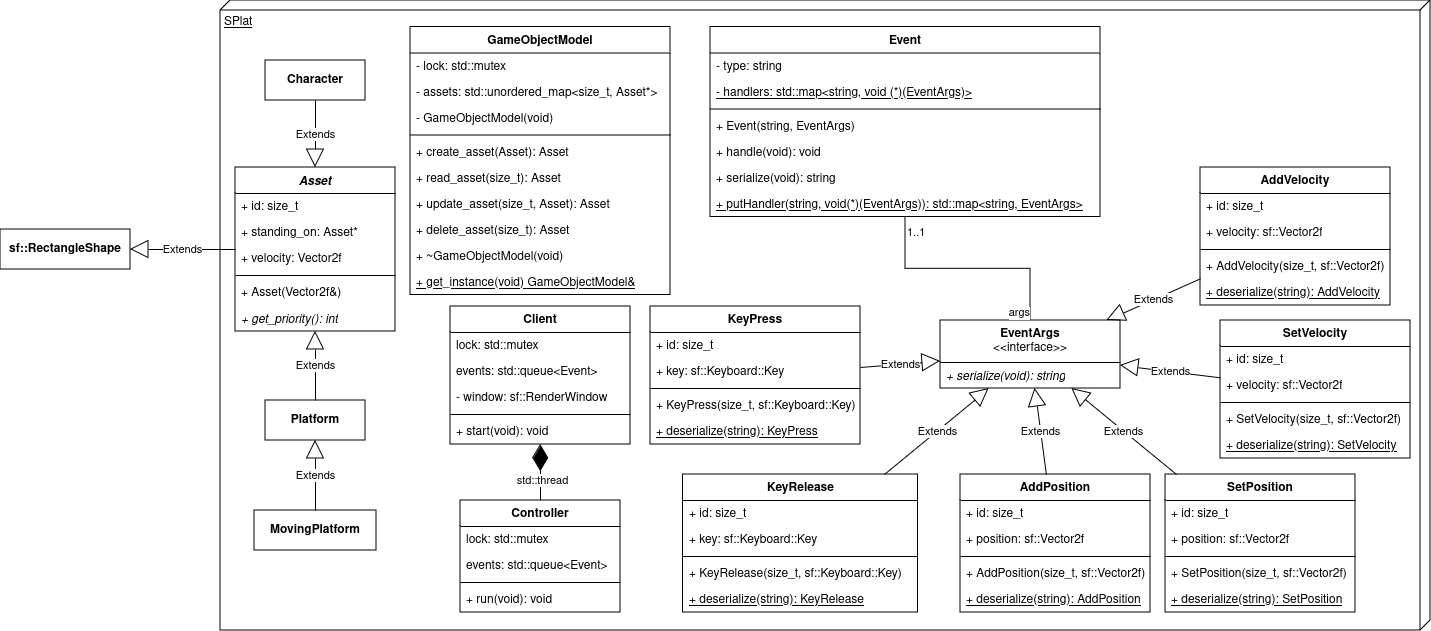
This is uml/splat_i1_initial.png from mwhicks-dev/SPlat, a draw.io export, as it was before one commit. Source tidied: cells renumbered, new cells last; positions are measured from the earlier drawing's top-left corner, leaving out a move shared by most shapes.
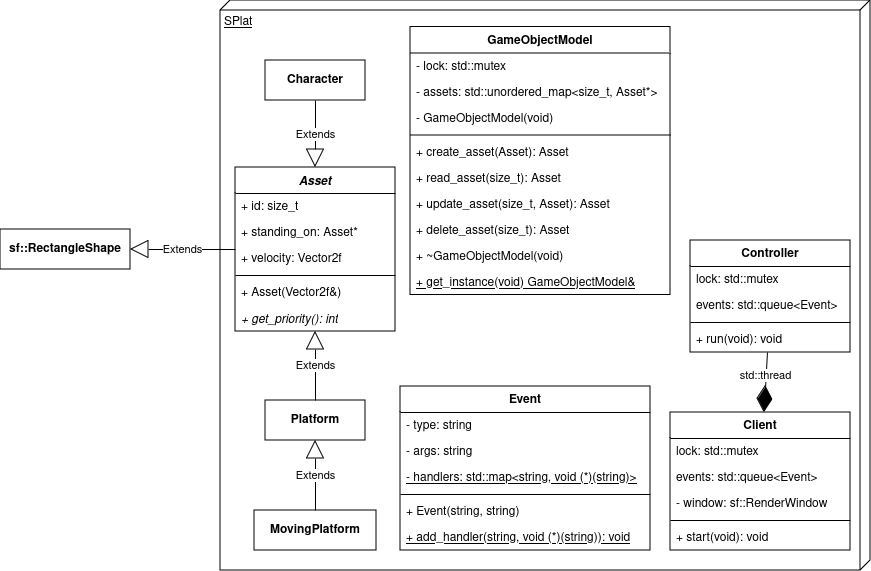
After the change.

Commit message:
Simplified Event design + cereal compatibility

Change to the diagram source:
```diff
@@ -3,7 +3,7 @@
     <mxCell id="0" />
     <mxCell id="1" parent="0" />
     <mxCell id="2" value="SPlat" style="verticalAlign=top;align=left;spacingTop=8;spacingLeft=2;spacingRight=12;shape=cube;size=10;direction=south;fontStyle=4;html=1;whiteSpace=wrap;" parent="1" vertex="1">
-      <mxGeometry x="220" width="1210" height="630" as="geometry" />
+      <mxGeometry x="220" width="650" height="570" as="geometry" />
     </mxCell>
     <mxCell id="3" value="&lt;b&gt;sf::RectangleShape&lt;/b&gt;" style="rounded=0;whiteSpace=wrap;html=1;" parent="1" vertex="1">
       <mxGeometry y="229" width="130" height="40" as="geometry" />
@@ -84,7 +84,7 @@
       <mxGeometry y="242" width="260" height="26" as="geometry" />
     </mxCell>
     <mxCell id="29" value="Client" style="swimlane;fontStyle=1;align=center;verticalAlign=top;horizontal=1;startSize=26;whiteSpace=wrap;html=1;" parent="1" vertex="1">
-      <mxGeometry x="450" y="306" width="180" height="138" as="geometry" />
+      <mxGeometry x="670" y="412" width="180" height="138" as="geometry" />
     </mxCell>
     <mxCell id="30" value="lock: std::mutex" style="text;strokeColor=none;fillColor=none;align=left;verticalAlign=top;spacingLeft=4;spacingRight=4;overflow=hidden;whiteSpace=wrap;html=1;" parent="29" vertex="1">
       <mxGeometry y="26" width="180" height="26" as="geometry" />
@@ -102,7 +102,7 @@
       <mxGeometry y="112" width="180" height="26" as="geometry" />
     </mxCell>
     <mxCell id="35" value="Controller" style="swimlane;fontStyle=1;align=center;verticalAlign=top;horizontal=1;startSize=26;whiteSpace=wrap;html=1;" parent="1" vertex="1">
-      <mxGeometry x="460" y="500" width="160" height="112" as="geometry" />
+      <mxGeometry x="690" y="240" width="160" height="112" as="geometry" />
     </mxCell>
     <mxCell id="36" value="lock: std::mutex" style="text;strokeColor=none;fillColor=none;align=left;verticalAlign=top;spacingLeft=4;spacingRight=4;overflow=hidden;whiteSpace=wrap;html=1;" parent="35" vertex="1">
       <mxGeometry y="26" width="160" height="26" as="geometry" />
@@ -123,171 +123,25 @@
       <mxGeometry x="-0.24" y="-1" relative="1" as="geometry" />
     </mxCell>
     <mxCell id="42" value="Event" style="swimlane;fontStyle=1;align=center;verticalAlign=top;horizontal=1;startSize=26;whiteSpace=wrap;html=1;" parent="1" vertex="1">
-      <mxGeometry x="710" y="26.5" width="390" height="190" as="geometry" />
+      <mxGeometry x="400" y="386" width="250" height="164" as="geometry" />
     </mxCell>
     <mxCell id="43" value="- type: string" style="text;strokeColor=none;fillColor=none;align=left;verticalAlign=top;spacingLeft=4;spacingRight=4;overflow=hidden;whiteSpace=wrap;html=1;" parent="42" vertex="1">
-      <mxGeometry y="26" width="390" height="26" as="geometry" />
+      <mxGeometry y="26" width="250" height="26" as="geometry" />
     </mxCell>
-    <mxCell id="44" value="&lt;u&gt;- handlers: std::map&amp;lt;string, void (*)(EventArgs)&amp;gt;&lt;/u&gt;" style="text;strokeColor=none;fillColor=none;align=left;verticalAlign=top;spacingLeft=4;spacingRight=4;overflow=hidden;whiteSpace=wrap;html=1;" parent="42" vertex="1">
-      <mxGeometry y="52" width="390" height="26" as="geometry" />
-    </mxCell>
-    <mxCell id="45" style="line;strokeWidth=1;fillColor=none;align=left;verticalAlign=middle;spacingTop=-1;spacingLeft=3;spacingRight=3;labelPosition=right;strokeColor=inherit;" parent="42" vertex="1">
-      <mxGeometry y="78" width="390" height="8" as="geometry" />
-    </mxCell>
-    <mxCell id="46" value="+ Event(string, EventArgs)" style="text;strokeColor=none;fillColor=none;align=left;verticalAlign=top;spacingLeft=4;spacingRight=4;overflow=hidden;whiteSpace=wrap;html=1;" parent="42" vertex="1">
-      <mxGeometry y="86" width="390" height="26" as="geometry" />
-    </mxCell>
-    <mxCell id="47" value="+ handle(void): void" style="text;strokeColor=none;fillColor=none;align=left;verticalAlign=top;spacingLeft=4;spacingRight=4;overflow=hidden;whiteSpace=wrap;html=1;" parent="42" vertex="1">
-      <mxGeometry y="112" width="390" height="26" as="geometry" />
-    </mxCell>
-    <mxCell id="48" value="+ serialize(void): string" style="text;strokeColor=none;fillColor=none;align=left;verticalAlign=top;spacingLeft=4;spacingRight=4;overflow=hidden;whiteSpace=wrap;html=1;" parent="42" vertex="1">
-      <mxGeometry y="138" width="390" height="26" as="geometry" />
-    </mxCell>
-    <mxCell id="49" value="&lt;u&gt;+ putHandler(string, void(*)(EventArgs)): std::map&amp;lt;string, EventArgs&amp;gt;&lt;/u&gt;" style="text;strokeColor=none;fillColor=none;align=left;verticalAlign=top;spacingLeft=4;spacingRight=4;overflow=hidden;whiteSpace=wrap;html=1;" parent="42" vertex="1">
-      <mxGeometry y="164" width="390" height="26" as="geometry" />
-    </mxCell>
-    <mxCell id="50" value="&lt;div&gt;&lt;b&gt;EventArgs&lt;/b&gt;&lt;/div&gt;&lt;div&gt;&amp;lt;&amp;lt;interface&amp;gt;&amp;gt;&lt;b&gt;&lt;br&gt;&lt;/b&gt;&lt;/div&gt;" style="swimlane;fontStyle=0;horizontal=1;startSize=42;fillColor=none;whiteSpace=wrap;html=1;" parent="1" vertex="1">
-      <mxGeometry x="940" y="320" width="180" height="68" as="geometry" />
-    </mxCell>
-    <mxCell id="51" value="+ serialize(void): string" style="text;strokeColor=none;fillColor=none;align=left;verticalAlign=top;spacingLeft=4;spacingRight=4;overflow=hidden;whiteSpace=wrap;html=1;fontStyle=2;" parent="50" vertex="1">
-      <mxGeometry y="42" width="180" height="26" as="geometry" />
-    </mxCell>
-    <mxCell id="52" style="endArrow=none;html=1;edgeStyle=orthogonalEdgeStyle;rounded=0;" parent="1" edge="1" source="42" target="50">
-      <mxGeometry relative="1" as="geometry" />
-    </mxCell>
-    <mxCell id="53" value="1..1" style="edgeLabel;html=1;align=left;verticalAlign=bottom;" parent="52" vertex="1">
-      <mxGeometry x="-1" relative="1" as="geometry">
-        <mxPoint y="24" as="offset" />
-      </mxGeometry>
-    </mxCell>
-    <mxCell id="54" value="args" style="edgeLabel;html=1;align=right;verticalAlign=bottom;" parent="52" vertex="1">
-      <mxGeometry x="1" relative="1" as="geometry" />
-    </mxCell>
-    <mxCell id="55" value="AddPosition" style="swimlane;fontStyle=1;align=center;verticalAlign=top;horizontal=1;startSize=26;whiteSpace=wrap;html=1;" parent="1" vertex="1">
-      <mxGeometry x="960" y="474" width="190" height="138" as="geometry" />
-    </mxCell>
-    <mxCell id="56" value="+ id: size_t" style="text;strokeColor=none;fillColor=none;align=left;verticalAlign=top;spacingLeft=4;spacingRight=4;overflow=hidden;whiteSpace=wrap;html=1;" parent="55" vertex="1">
-      <mxGeometry y="26" width="190" height="26" as="geometry" />
-    </mxCell>
-    <mxCell id="57" value="+ position: sf::Vector2f" style="text;strokeColor=none;fillColor=none;align=left;verticalAlign=top;spacingLeft=4;spacingRight=4;overflow=hidden;whiteSpace=wrap;html=1;" parent="55" vertex="1">
-      <mxGeometry y="52" width="190" height="26" as="geometry" />
-    </mxCell>
-    <mxCell id="58" style="line;strokeWidth=1;fillColor=none;align=left;verticalAlign=middle;spacingTop=-1;spacingLeft=3;spacingRight=3;labelPosition=right;strokeColor=inherit;" parent="55" vertex="1">
-      <mxGeometry y="78" width="190" height="8" as="geometry" />
-    </mxCell>
-    <mxCell id="59" value="+ AddPosition(size_t, sf::Vector2f)" style="text;strokeColor=none;fillColor=none;align=left;verticalAlign=top;spacingLeft=4;spacingRight=4;overflow=hidden;whiteSpace=wrap;html=1;" parent="55" vertex="1">
-      <mxGeometry y="86" width="190" height="26" as="geometry" />
-    </mxCell>
-    <mxCell id="60" value="&lt;span&gt;+ deserialize(string): AddPosition&lt;/span&gt;" style="text;strokeColor=none;fillColor=none;align=left;verticalAlign=top;spacingLeft=4;spacingRight=4;overflow=hidden;whiteSpace=wrap;html=1;fontStyle=4;" parent="55" vertex="1">
-      <mxGeometry y="112" width="190" height="26" as="geometry" />
-    </mxCell>
-    <mxCell id="61" value="Extends" style="endArrow=block;endSize=16;endFill=0;html=1;rounded=0;" parent="1" edge="1" source="55" target="50">
-      <mxGeometry relative="1" as="geometry" />
-    </mxCell>
-    <mxCell id="62" value="KeyPress" style="swimlane;fontStyle=1;align=center;verticalAlign=top;horizontal=1;startSize=26;whiteSpace=wrap;html=1;" parent="1" vertex="1">
-      <mxGeometry x="650" y="306" width="210" height="138" as="geometry" />
-    </mxCell>
-    <mxCell id="63" value="+ id: size_t" style="text;strokeColor=none;fillColor=none;align=left;verticalAlign=top;spacingLeft=4;spacingRight=4;overflow=hidden;whiteSpace=wrap;html=1;" parent="62" vertex="1">
-      <mxGeometry y="26" width="210" height="26" as="geometry" />
-    </mxCell>
-    <mxCell id="64" value="+ key: sf::Keyboard::Key" style="text;strokeColor=none;fillColor=none;align=left;verticalAlign=top;spacingLeft=4;spacingRight=4;overflow=hidden;whiteSpace=wrap;html=1;" parent="62" vertex="1">
-      <mxGeometry y="52" width="210" height="26" as="geometry" />
-    </mxCell>
-    <mxCell id="65" style="line;strokeWidth=1;fillColor=none;align=left;verticalAlign=middle;spacingTop=-1;spacingLeft=3;spacingRight=3;labelPosition=right;strokeColor=inherit;" parent="62" vertex="1">
-      <mxGeometry y="78" width="210" height="8" as="geometry" />
-    </mxCell>
-    <mxCell id="66" value="+ KeyPress(size_t, sf::Keyboard::Key)" style="text;strokeColor=none;fillColor=none;align=left;verticalAlign=top;spacingLeft=4;spacingRight=4;overflow=hidden;whiteSpace=wrap;html=1;" parent="62" vertex="1">
-      <mxGeometry y="86" width="210" height="26" as="geometry" />
-    </mxCell>
-    <mxCell id="67" value="+ deserialize(string): KeyPress" style="text;strokeColor=none;fillColor=none;align=left;verticalAlign=top;spacingLeft=4;spacingRight=4;overflow=hidden;whiteSpace=wrap;html=1;fontStyle=4;" parent="62" vertex="1">
-      <mxGeometry y="112" width="210" height="26" as="geometry" />
-    </mxCell>
-    <mxCell id="68" value="Extends" style="endArrow=block;endSize=16;endFill=0;html=1;rounded=0;" parent="1" edge="1" source="62" target="50">
-      <mxGeometry relative="1" as="geometry" />
-    </mxCell>
-    <mxCell id="69" value="KeyRelease" style="swimlane;fontStyle=1;align=center;verticalAlign=top;horizontal=1;startSize=26;whiteSpace=wrap;html=1;" parent="1" vertex="1">
-      <mxGeometry x="682.5" y="474" width="235" height="138" as="geometry" />
-    </mxCell>
-    <mxCell id="70" value="+ id: size_t" style="text;strokeColor=none;fillColor=none;align=left;verticalAlign=top;spacingLeft=4;spacingRight=4;overflow=hidden;whiteSpace=wrap;html=1;" parent="69" vertex="1">
-      <mxGeometry y="26" width="235" height="26" as="geometry" />
-    </mxCell>
-    <mxCell id="71" value="+ key: sf::Keyboard::Key" style="text;strokeColor=none;fillColor=none;align=left;verticalAlign=top;spacingLeft=4;spacingRight=4;overflow=hidden;whiteSpace=wrap;html=1;" parent="69" vertex="1">
-      <mxGeometry y="52" width="235" height="26" as="geometry" />
-    </mxCell>
-    <mxCell id="72" style="line;strokeWidth=1;fillColor=none;align=left;verticalAlign=middle;spacingTop=-1;spacingLeft=3;spacingRight=3;labelPosition=right;strokeColor=inherit;" parent="69" vertex="1">
-      <mxGeometry y="78" width="235" height="8" as="geometry" />
-    </mxCell>
-    <mxCell id="73" value="+ KeyRelease(size_t, sf::Keyboard::Key)" style="text;strokeColor=none;fillColor=none;align=left;verticalAlign=top;spacingLeft=4;spacingRight=4;overflow=hidden;whiteSpace=wrap;html=1;" parent="69" vertex="1">
-      <mxGeometry y="86" width="235" height="26" as="geometry" />
-    </mxCell>
-    <mxCell id="74" value="+ deserialize(string): KeyRelease" style="text;strokeColor=none;fillColor=none;align=left;verticalAlign=top;spacingLeft=4;spacingRight=4;overflow=hidden;whiteSpace=wrap;html=1;fontStyle=4;" parent="69" vertex="1">
-      <mxGeometry y="112" width="235" height="26" as="geometry" />
-    </mxCell>
-    <mxCell id="75" value="Extends" style="endArrow=block;endSize=16;endFill=0;html=1;rounded=0;" parent="1" edge="1" source="69" target="50">
-      <mxGeometry relative="1" as="geometry" />
-    </mxCell>
-    <mxCell id="76" value="SetPosition" style="swimlane;fontStyle=1;align=center;verticalAlign=top;horizontal=1;startSize=26;whiteSpace=wrap;html=1;" parent="1" vertex="1">
-      <mxGeometry x="1165" y="474" width="190" height="138" as="geometry" />
-    </mxCell>
-    <mxCell id="77" value="+ id: size_t" style="text;strokeColor=none;fillColor=none;align=left;verticalAlign=top;spacingLeft=4;spacingRight=4;overflow=hidden;whiteSpace=wrap;html=1;" parent="76" vertex="1">
-      <mxGeometry y="26" width="190" height="26" as="geometry" />
-    </mxCell>
-    <mxCell id="78" value="+ position: sf::Vector2f" style="text;strokeColor=none;fillColor=none;align=left;verticalAlign=top;spacingLeft=4;spacingRight=4;overflow=hidden;whiteSpace=wrap;html=1;" parent="76" vertex="1">
-      <mxGeometry y="52" width="190" height="26" as="geometry" />
-    </mxCell>
-    <mxCell id="79" style="line;strokeWidth=1;fillColor=none;align=left;verticalAlign=middle;spacingTop=-1;spacingLeft=3;spacingRight=3;labelPosition=right;strokeColor=inherit;" parent="76" vertex="1">
-      <mxGeometry y="78" width="190" height="8" as="geometry" />
-    </mxCell>
-    <mxCell id="80" value="+ SetPosition(size_t, sf::Vector2f)" style="text;strokeColor=none;fillColor=none;align=left;verticalAlign=top;spacingLeft=4;spacingRight=4;overflow=hidden;whiteSpace=wrap;html=1;" parent="76" vertex="1">
-      <mxGeometry y="86" width="190" height="26" as="geometry" />
-    </mxCell>
-    <mxCell id="81" value="&lt;span&gt;+ deserialize(string): SetPosition&lt;/span&gt;" style="text;strokeColor=none;fillColor=none;align=left;verticalAlign=top;spacingLeft=4;spacingRight=4;overflow=hidden;whiteSpace=wrap;html=1;fontStyle=4;" parent="76" vertex="1">
-      <mxGeometry y="112" width="190" height="26" as="geometry" />
-    </mxCell>
-    <mxCell id="82" value="Extends" style="endArrow=block;endSize=16;endFill=0;html=1;rounded=0;" parent="1" edge="1" source="76" target="50">
-      <mxGeometry relative="1" as="geometry" />
-    </mxCell>
-    <mxCell id="83" value="AddVelocity" style="swimlane;fontStyle=1;align=center;verticalAlign=top;horizontal=1;startSize=26;whiteSpace=wrap;html=1;" parent="1" vertex="1">
-      <mxGeometry x="1200" y="167" width="190" height="138" as="geometry" />
-    </mxCell>
-    <mxCell id="84" value="+ id: size_t" style="text;strokeColor=none;fillColor=none;align=left;verticalAlign=top;spacingLeft=4;spacingRight=4;overflow=hidden;whiteSpace=wrap;html=1;" parent="83" vertex="1">
-      <mxGeometry y="26" width="190" height="26" as="geometry" />
-    </mxCell>
-    <mxCell id="85" value="+ velocity: sf::Vector2f" style="text;strokeColor=none;fillColor=none;align=left;verticalAlign=top;spacingLeft=4;spacingRight=4;overflow=hidden;whiteSpace=wrap;html=1;" parent="83" vertex="1">
-      <mxGeometry y="52" width="190" height="26" as="geometry" />
-    </mxCell>
-    <mxCell id="86" style="line;strokeWidth=1;fillColor=none;align=left;verticalAlign=middle;spacingTop=-1;spacingLeft=3;spacingRight=3;labelPosition=right;strokeColor=inherit;" parent="83" vertex="1">
-      <mxGeometry y="78" width="190" height="8" as="geometry" />
-    </mxCell>
-    <mxCell id="87" value="+ AddVelocity(size_t, sf::Vector2f)" style="text;strokeColor=none;fillColor=none;align=left;verticalAlign=top;spacingLeft=4;spacingRight=4;overflow=hidden;whiteSpace=wrap;html=1;" parent="83" vertex="1">
-      <mxGeometry y="86" width="190" height="26" as="geometry" />
-    </mxCell>
-    <mxCell id="88" value="&lt;span&gt;+ deserialize(string): AddVelocity&lt;/span&gt;" style="text;strokeColor=none;fillColor=none;align=left;verticalAlign=top;spacingLeft=4;spacingRight=4;overflow=hidden;whiteSpace=wrap;html=1;fontStyle=4;" parent="83" vertex="1">
-      <mxGeometry y="112" width="190" height="26" as="geometry" />
-    </mxCell>
-    <mxCell id="89" value="SetVelocity" style="swimlane;fontStyle=1;align=center;verticalAlign=top;horizontal=1;startSize=26;whiteSpace=wrap;html=1;" parent="1" vertex="1">
-      <mxGeometry x="1220" y="320" width="190" height="138" as="geometry" />
-    </mxCell>
-    <mxCell id="90" value="+ id: size_t" style="text;strokeColor=none;fillColor=none;align=left;verticalAlign=top;spacingLeft=4;spacingRight=4;overflow=hidden;whiteSpace=wrap;html=1;" parent="89" vertex="1">
-      <mxGeometry y="26" width="190" height="26" as="geometry" />
-    </mxCell>
-    <mxCell id="91" value="+ velocity: sf::Vector2f" style="text;strokeColor=none;fillColor=none;align=left;verticalAlign=top;spacingLeft=4;spacingRight=4;overflow=hidden;whiteSpace=wrap;html=1;" parent="89" vertex="1">
-      <mxGeometry y="52" width="190" height="26" as="geometry" />
-    </mxCell>
-    <mxCell id="92" style="line;strokeWidth=1;fillColor=none;align=left;verticalAlign=middle;spacingTop=-1;spacingLeft=3;spacingRight=3;labelPosition=right;strokeColor=inherit;" parent="89" vertex="1">
-      <mxGeometry y="78" width="190" height="8" as="geometry" />
-    </mxCell>
-    <mxCell id="93" value="+ SetVelocity(size_t, sf::Vector2f)" style="text;strokeColor=none;fillColor=none;align=left;verticalAlign=top;spacingLeft=4;spacingRight=4;overflow=hidden;whiteSpace=wrap;html=1;" parent="89" vertex="1">
-      <mxGeometry y="86" width="190" height="26" as="geometry" />
-    </mxCell>
-    <mxCell id="94" value="&lt;span&gt;+ deserialize(string): SetVelocity&lt;/span&gt;" style="text;strokeColor=none;fillColor=none;align=left;verticalAlign=top;spacingLeft=4;spacingRight=4;overflow=hidden;whiteSpace=wrap;html=1;fontStyle=4;" parent="89" vertex="1">
-      <mxGeometry y="112" width="190" height="26" as="geometry" />
-    </mxCell>
-    <mxCell id="95" value="Extends" style="endArrow=block;endSize=16;endFill=0;html=1;rounded=0;" parent="1" edge="1" source="83" target="50">
-      <mxGeometry relative="1" as="geometry" />
-    </mxCell>
-    <mxCell id="96" value="Extends" style="endArrow=block;endSize=16;endFill=0;html=1;rounded=0;" parent="1" edge="1" source="89" target="50">
-      <mxGeometry relative="1" as="geometry" />
-    </mxCell>
+    <mxCell id="97" value="- args: string" style="text;strokeColor=none;fillColor=none;align=left;verticalAlign=top;spacingLeft=4;spacingRight=4;overflow=hidden;whiteSpace=wrap;html=1;" parent="42" vertex="1">
+      <mxGeometry y="52" width="250" height="26" as="geometry" />
+    </mxCell>
+    <mxCell id="98" value="- handlers: std::map&amp;lt;string, void (*)(string)&amp;gt;" style="text;strokeColor=none;fillColor=none;align=left;verticalAlign=top;spacingLeft=4;spacingRight=4;overflow=hidden;whiteSpace=wrap;html=1;fontStyle=4;" parent="42" vertex="1">
+      <mxGeometry y="78" width="250" height="26" as="geometry" />
+    </mxCell>
+    <mxCell id="99" style="line;strokeWidth=1;fillColor=none;align=left;verticalAlign=middle;spacingTop=-1;spacingLeft=3;spacingRight=3;labelPosition=right;strokeColor=inherit;" parent="42" vertex="1">
+      <mxGeometry y="104" width="250" height="8" as="geometry" />
+    </mxCell>
+    <mxCell id="100" value="+ Event(string, string)" style="text;strokeColor=none;fillColor=none;align=left;verticalAlign=top;spacingLeft=4;spacingRight=4;overflow=hidden;whiteSpace=wrap;html=1;" parent="42" vertex="1">
+      <mxGeometry y="112" width="250" height="26" as="geometry" />
+    </mxCell>
+    <mxCell id="101" value="+ add_handler(string, void (*)(string)): void" style="text;strokeColor=none;fillColor=none;align=left;verticalAlign=top;spacingLeft=4;spacingRight=4;overflow=hidden;whiteSpace=wrap;html=1;fontStyle=4;" parent="42" vertex="1">
+      <mxGeometry y="138" width="250" height="26" as="geometry" />
+    </mxCell>
   </root>
 </mxGraphModel>
```
